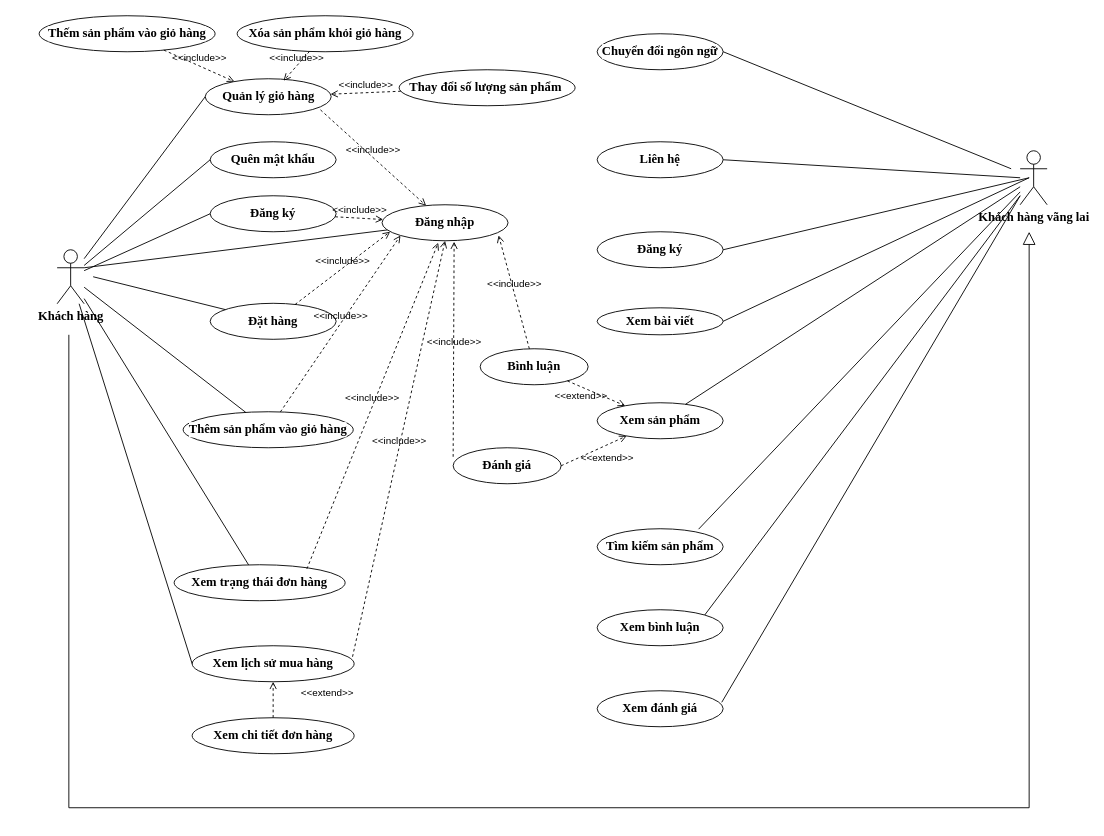
This is page "UC khachhang" (4 of 65) of Biểu đồ không có tiêu đề.drawio from tongdat27/C-, a draw.io file, before an edit. Source tidied: cells renumbered, new cells numbered last; positions are measured from the earlier drawing's top-left corner, leaving out a move shared by most shapes. Both pictures are drawn from the tidied source at 90%, with x=0, y=0 at pixel (39, 15).
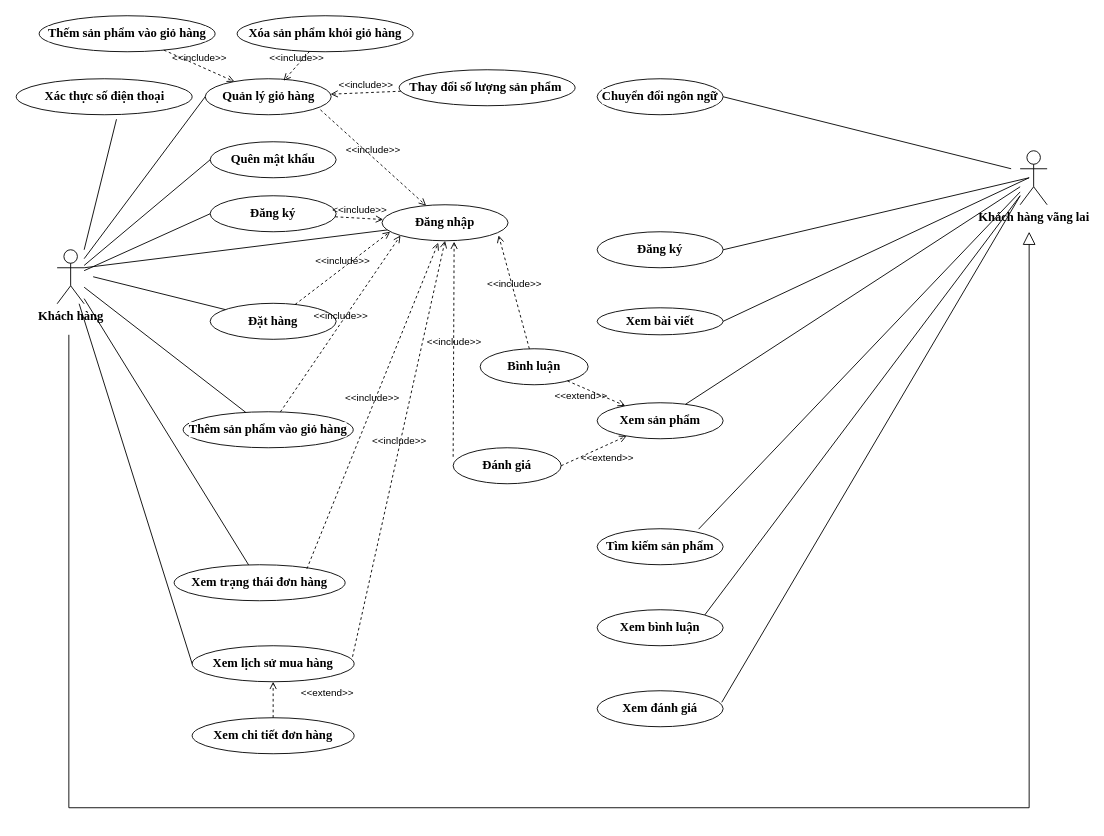
Above is the later version.

Change to the diagram source:
```diff
@@
-    <mxCell id="10" value="&lt;span style=&quot;font-size: 14px;&quot;&gt;Liên hệ&lt;/span&gt;" style="ellipse;whiteSpace=wrap;html=1;fontFamily=Times New Roman;fontSize=14;labelBackgroundColor=default;fontColor=#000000;fontStyle=1;labelBorderColor=none;" parent="1" vertex="1">
-      <mxGeometry x="620" y="140" width="140" height="40" as="geometry" />
-    </mxCell>
@@
     <mxCell id="16" value="&lt;span style=&quot;font-size: 14px;&quot;&gt;Chuyển đổi ngôn ngữ&lt;/span&gt;" style="ellipse;whiteSpace=wrap;html=1;fontFamily=Times New Roman;fontSize=14;labelBackgroundColor=default;fontColor=#000000;fontStyle=1;labelBorderColor=none;" parent="1" vertex="1">
-      <mxGeometry x="620" y="20" width="140" height="40" as="geometry" />
+      <mxGeometry x="620" y="70" width="140" height="40" as="geometry" />
     </mxCell>
@@
-    <mxCell id="25" style="endArrow=none;html=1;rounded=0;exitX=1;exitY=0.5;exitDx=0;exitDy=0;fontFamily=Times New Roman;fontSize=14;labelBackgroundColor=default;fontColor=#000000;fontStyle=1;labelBorderColor=none;" parent="1" edge="1" source="10">
-      <mxGeometry relative="1" as="geometry">
-        <mxPoint x="1090" y="180" as="targetPoint" />
-      </mxGeometry>
-    </mxCell>
@@
+    <mxCell id="57" value="Xác thực số điện thoại" style="ellipse;whiteSpace=wrap;html=1;fontFamily=Times New Roman;fontSize=14;labelBackgroundColor=default;fontColor=#000000;fontStyle=1;labelBorderColor=none;" parent="1" vertex="1">
+      <mxGeometry x="-25.5" y="70" width="195.5" height="40" as="geometry" />
+    </mxCell>
+    <mxCell id="58" style="endArrow=none;html=1;rounded=0;exitX=0.57;exitY=1.125;exitDx=0;exitDy=0;fontFamily=Times New Roman;fontSize=14;labelBackgroundColor=default;fontColor=#000000;fontStyle=1;labelBorderColor=none;exitPerimeter=0;" parent="1" edge="1" source="57">
+      <mxGeometry relative="1" as="geometry">
+        <mxPoint x="50" y="260" as="targetPoint" />
+      </mxGeometry>
+    </mxCell>
```
